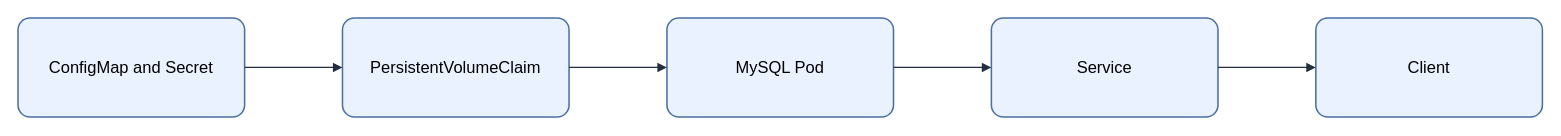
Before: assets/img/kubernetes/mysql-kubernetes-deployment.drawio in KKamJi98/kkamji98.github.io, a draw.io diagram. Source tidied: cells renumbered, new cells numbered last; positions are measured from the earlier drawing's top-left corner, leaving out a move shared by most shapes. Both pictures are drawn from the tidied source at 103%, with x=0, y=0 at pixel (18, 18).
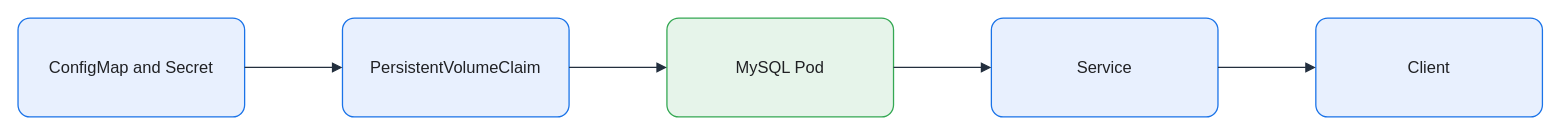
The same diagram, later.

Diff of the diagram source:
```diff
@@
 <mxGraphModel background="#FFFFFF">
   <root>
     <mxCell id="0" />
     <mxCell id="1" parent="0" />
-    <mxCell id="2" value="ConfigMap and Secret" style="rounded=1;arcSize=12;whiteSpace=wrap;html=0;fillColor=#EAF2FF;strokeColor=#4A6FA5;strokeWidth=1.5;fontColor=#000000;fontSize=16;align=center;verticalAlign=middle;spacing=8;shadow=0;" parent="1" vertex="1">
+    <mxCell id="2" value="ConfigMap and Secret" style="rounded=1;arcSize=12;whiteSpace=wrap;html=0;fillColor=#E8F0FE;strokeColor=#1A73E8;strokeWidth=1.25;fontColor=#202124;fontSize=16;align=center;verticalAlign=middle;spacing=8;shadow=0;" parent="1" vertex="1">
       <mxGeometry width="220" height="96" as="geometry" />
     </mxCell>
-    <mxCell id="3" value="PersistentVolumeClaim" style="rounded=1;arcSize=12;whiteSpace=wrap;html=0;fillColor=#EAF2FF;strokeColor=#4A6FA5;strokeWidth=1.5;fontColor=#000000;fontSize=16;align=center;verticalAlign=middle;spacing=8;shadow=0;" parent="1" vertex="1">
+    <mxCell id="3" value="PersistentVolumeClaim" style="rounded=1;arcSize=12;whiteSpace=wrap;html=0;fillColor=#E8F0FE;strokeColor=#1A73E8;strokeWidth=1.25;fontColor=#202124;fontSize=16;align=center;verticalAlign=middle;spacing=8;shadow=0;" parent="1" vertex="1">
       <mxGeometry x="315" width="220" height="96" as="geometry" />
     </mxCell>
-    <mxCell id="4" value="MySQL Pod" style="rounded=1;arcSize=12;whiteSpace=wrap;html=0;fillColor=#EAF2FF;strokeColor=#4A6FA5;strokeWidth=1.5;fontColor=#000000;fontSize=16;align=center;verticalAlign=middle;spacing=8;shadow=0;" parent="1" vertex="1">
+    <mxCell id="4" value="MySQL Pod" style="rounded=1;arcSize=12;whiteSpace=wrap;html=0;fillColor=#E6F4EA;strokeColor=#34A853;strokeWidth=1.25;fontColor=#202124;fontSize=16;align=center;verticalAlign=middle;spacing=8;shadow=0;" parent="1" vertex="1">
       <mxGeometry x="630" width="220" height="96" as="geometry" />
     </mxCell>
-    <mxCell id="5" value="Service" style="rounded=1;arcSize=12;whiteSpace=wrap;html=0;fillColor=#EAF2FF;strokeColor=#4A6FA5;strokeWidth=1.5;fontColor=#000000;fontSize=16;align=center;verticalAlign=middle;spacing=8;shadow=0;" parent="1" vertex="1">
+    <mxCell id="5" value="Service" style="rounded=1;arcSize=12;whiteSpace=wrap;html=0;fillColor=#E8F0FE;strokeColor=#1A73E8;strokeWidth=1.25;fontColor=#202124;fontSize=16;align=center;verticalAlign=middle;spacing=8;shadow=0;" parent="1" vertex="1">
       <mxGeometry x="945" width="220" height="96" as="geometry" />
     </mxCell>
-    <mxCell id="6" value="Client" style="rounded=1;arcSize=12;whiteSpace=wrap;html=0;fillColor=#EAF2FF;strokeColor=#4A6FA5;strokeWidth=1.5;fontColor=#000000;fontSize=16;align=center;verticalAlign=middle;spacing=8;shadow=0;" parent="1" vertex="1">
+    <mxCell id="6" value="Client" style="rounded=1;arcSize=12;whiteSpace=wrap;html=0;fillColor=#E8F0FE;strokeColor=#1A73E8;strokeWidth=1.25;fontColor=#202124;fontSize=16;align=center;verticalAlign=middle;spacing=8;shadow=0;" parent="1" vertex="1">
       <mxGeometry x="1260" width="220" height="96" as="geometry" />
     </mxCell>
-    <mxCell id="7" style="edgeStyle=orthogonalEdgeStyle;rounded=0;jettySize=auto;html=0;endArrow=block;endFill=1;strokeColor=#232F3E;strokeWidth=1.25;fontColor=#000000;labelBackgroundColor=none;exitX=1;exitY=0.5;exitDx=0;exitDy=0;entryX=0;entryY=0.5;entryDx=0;entryDy=0;" parent="1" edge="1" source="2" target="3">
+    <mxCell id="7" style="edgeStyle=orthogonalEdgeStyle;rounded=0;jettySize=auto;html=0;endArrow=block;endFill=1;strokeColor=#232F3E;strokeWidth=1.25;fontColor=#202124;labelBackgroundColor=none;exitX=1;exitY=0.5;exitDx=0;exitDy=0;entryX=0;entryY=0.5;entryDx=0;entryDy=0;endSize=7;" parent="1" edge="1" source="2" target="3">
       <mxGeometry relative="1" as="geometry" />
     </mxCell>
-    <mxCell id="8" style="edgeStyle=orthogonalEdgeStyle;rounded=0;jettySize=auto;html=0;endArrow=block;endFill=1;strokeColor=#232F3E;strokeWidth=1.25;fontColor=#000000;labelBackgroundColor=none;exitX=1;exitY=0.5;exitDx=0;exitDy=0;entryX=0;entryY=0.5;entryDx=0;entryDy=0;" parent="1" edge="1" source="3" target="4">
+    <mxCell id="8" style="edgeStyle=orthogonalEdgeStyle;rounded=0;jettySize=auto;html=0;endArrow=block;endFill=1;strokeColor=#232F3E;strokeWidth=1.25;fontColor=#202124;labelBackgroundColor=none;exitX=1;exitY=0.5;exitDx=0;exitDy=0;entryX=0;entryY=0.5;entryDx=0;entryDy=0;endSize=7;" parent="1" edge="1" source="3" target="4">
       <mxGeometry relative="1" as="geometry" />
     </mxCell>
-    <mxCell id="9" style="edgeStyle=orthogonalEdgeStyle;rounded=0;jettySize=auto;html=0;endArrow=block;endFill=1;strokeColor=#232F3E;strokeWidth=1.25;fontColor=#000000;labelBackgroundColor=none;exitX=1;exitY=0.5;exitDx=0;exitDy=0;entryX=0;entryY=0.5;entryDx=0;entryDy=0;" parent="1" edge="1" source="4" target="5">
+    <mxCell id="9" style="edgeStyle=orthogonalEdgeStyle;rounded=0;jettySize=auto;html=0;endArrow=block;endFill=1;strokeColor=#232F3E;strokeWidth=1.25;fontColor=#202124;labelBackgroundColor=none;exitX=1;exitY=0.5;exitDx=0;exitDy=0;entryX=0;entryY=0.5;entryDx=0;entryDy=0;endSize=7;" parent="1" edge="1" source="4" target="5">
       <mxGeometry relative="1" as="geometry" />
     </mxCell>
-    <mxCell id="10" style="edgeStyle=orthogonalEdgeStyle;rounded=0;jettySize=auto;html=0;endArrow=block;endFill=1;strokeColor=#232F3E;strokeWidth=1.25;fontColor=#000000;labelBackgroundColor=none;exitX=1;exitY=0.5;exitDx=0;exitDy=0;entryX=0;entryY=0.5;entryDx=0;entryDy=0;" parent="1" edge="1" source="5" target="6">
+    <mxCell id="10" style="edgeStyle=orthogonalEdgeStyle;rounded=0;jettySize=auto;html=0;endArrow=block;endFill=1;strokeColor=#232F3E;strokeWidth=1.25;fontColor=#202124;labelBackgroundColor=none;exitX=1;exitY=0.5;exitDx=0;exitDy=0;entryX=0;entryY=0.5;entryDx=0;entryDy=0;endSize=7;" parent="1" edge="1" source="5" target="6">
       <mxGeometry relative="1" as="geometry" />
     </mxCell>
   </root>
 </mxGraphModel>
```
